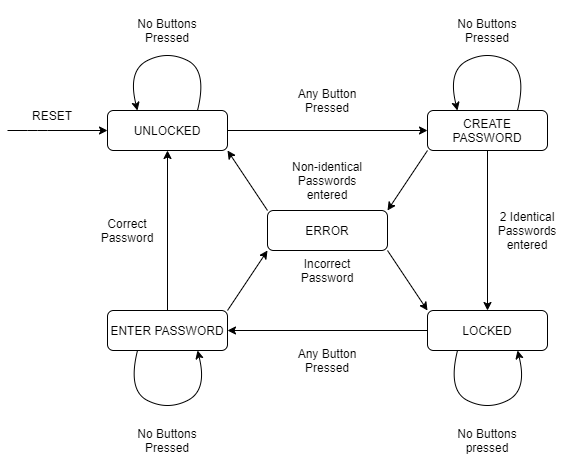
This is DEMO & DIAGRAMS/Assignment2StateMachine.png from jamesheavey/ELEC5566M-Assignment2, a draw.io export, as it was before one commit. Source tidied: cells renumbered, new cells last; positions are measured from the earlier drawing's top-left corner, leaving out a move shared by most shapes.
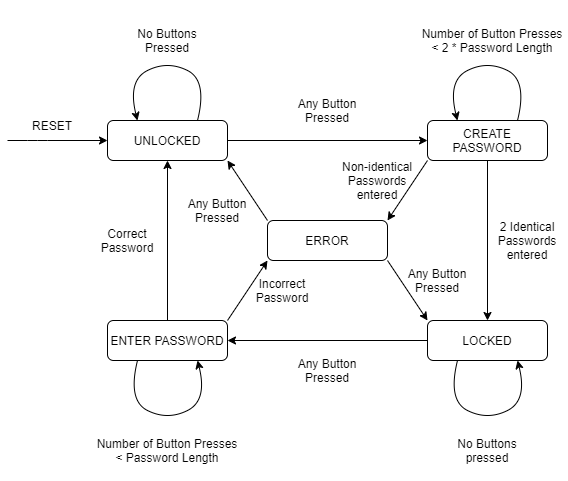
The same diagram one commit later.

What changed in the source:
```diff
@@ -92,14 +92,14 @@
         </Array>
       </mxGeometry>
     </mxCell>
-    <mxCell id="21" value="No Buttons Pressed" style="text;html=1;strokeColor=none;fillColor=none;align=center;verticalAlign=middle;whiteSpace=wrap;rounded=0;" parent="1" vertex="1">
-      <mxGeometry x="440" width="80" height="60" as="geometry" />
+    <mxCell id="21" value="Number of Button Presses &amp;lt; 2 * Password Length" style="text;html=1;strokeColor=none;fillColor=none;align=center;verticalAlign=middle;whiteSpace=wrap;rounded=0;" parent="1" vertex="1">
+      <mxGeometry x="410" y="-10" width="150" height="80" as="geometry" />
     </mxCell>
     <mxCell id="22" value="No Buttons Pressed" style="text;html=1;strokeColor=none;fillColor=none;align=center;verticalAlign=middle;whiteSpace=wrap;rounded=0;" parent="1" vertex="1">
       <mxGeometry x="120" width="80" height="60" as="geometry" />
     </mxCell>
-    <mxCell id="23" value="No Buttons Pressed" style="text;html=1;strokeColor=none;fillColor=none;align=center;verticalAlign=middle;whiteSpace=wrap;rounded=0;" parent="1" vertex="1">
-      <mxGeometry x="120" y="410" width="80" height="60" as="geometry" />
+    <mxCell id="23" value="Number of Button Presses &amp;lt; Password Length" style="text;html=1;strokeColor=none;fillColor=none;align=center;verticalAlign=middle;whiteSpace=wrap;rounded=0;" parent="1" vertex="1">
+      <mxGeometry x="85" y="410" width="150" height="60" as="geometry" />
     </mxCell>
     <mxCell id="24" value="No Buttons pressed" style="text;html=1;strokeColor=none;fillColor=none;align=center;verticalAlign=middle;whiteSpace=wrap;rounded=0;" parent="1" vertex="1">
       <mxGeometry x="440" y="410" width="80" height="60" as="geometry" />
@@ -114,13 +114,19 @@
       <mxGeometry x="280" y="70" width="80" height="60" as="geometry" />
     </mxCell>
     <mxCell id="28" value="Incorrect Password" style="text;html=1;strokeColor=none;fillColor=none;align=center;verticalAlign=middle;whiteSpace=wrap;rounded=0;" parent="1" vertex="1">
-      <mxGeometry x="280" y="240" width="80" height="60" as="geometry" />
+      <mxGeometry x="235" y="250" width="80" height="60" as="geometry" />
     </mxCell>
     <mxCell id="29" value="Non-identical Passwords entered" style="text;html=1;strokeColor=none;fillColor=none;align=center;verticalAlign=middle;whiteSpace=wrap;rounded=0;" parent="1" vertex="1">
-      <mxGeometry x="280" y="150" width="80" height="60" as="geometry" />
+      <mxGeometry x="330" y="140" width="80" height="60" as="geometry" />
     </mxCell>
     <mxCell id="30" value="RESET" style="text;html=1;strokeColor=none;fillColor=none;align=center;verticalAlign=middle;whiteSpace=wrap;rounded=0;" parent="1" vertex="1">
       <mxGeometry x="20" y="100" width="50" height="30" as="geometry" />
     </mxCell>
+    <mxCell id="31" value="Any Button Pressed" style="text;html=1;strokeColor=none;fillColor=none;align=center;verticalAlign=middle;whiteSpace=wrap;rounded=0;" parent="1" vertex="1">
+      <mxGeometry x="170" y="170" width="80" height="60" as="geometry" />
+    </mxCell>
+    <mxCell id="32" value="Any Button Pressed" style="text;html=1;strokeColor=none;fillColor=none;align=center;verticalAlign=middle;whiteSpace=wrap;rounded=0;" parent="1" vertex="1">
+      <mxGeometry x="390" y="240" width="80" height="60" as="geometry" />
+    </mxCell>
   </root>
 </mxGraphModel>
```
